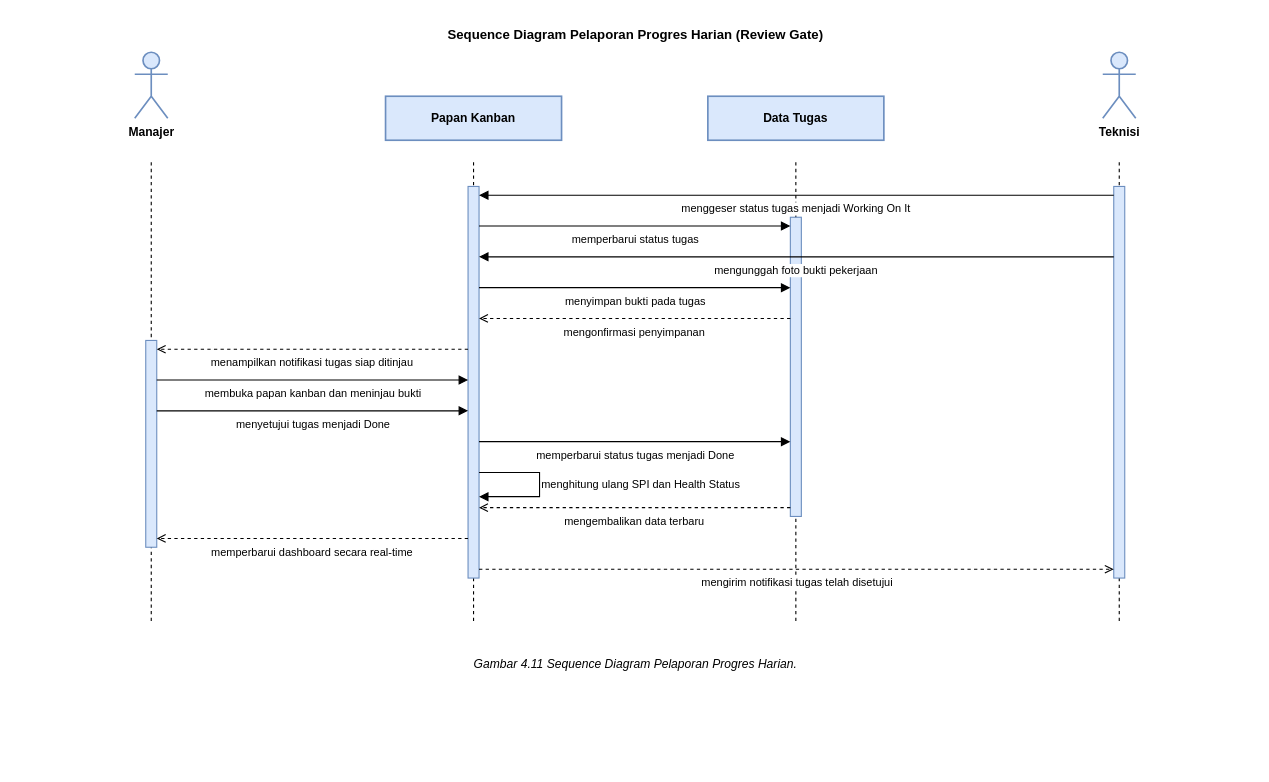
evelleura/shi-dashboard keeps this draw.io diagram as diagram/ai/Sequence/SD_REVIEW_GATE.drawio. Above is the earlier version. Source tidied: cells renumbered, new cells numbered last; positions are measured from the earlier drawing's top-left corner, leaving out a move shared by most shapes. Both pictures are drawn from the tidied source at 110%, with x=0, y=0 at pixel (19, 19).
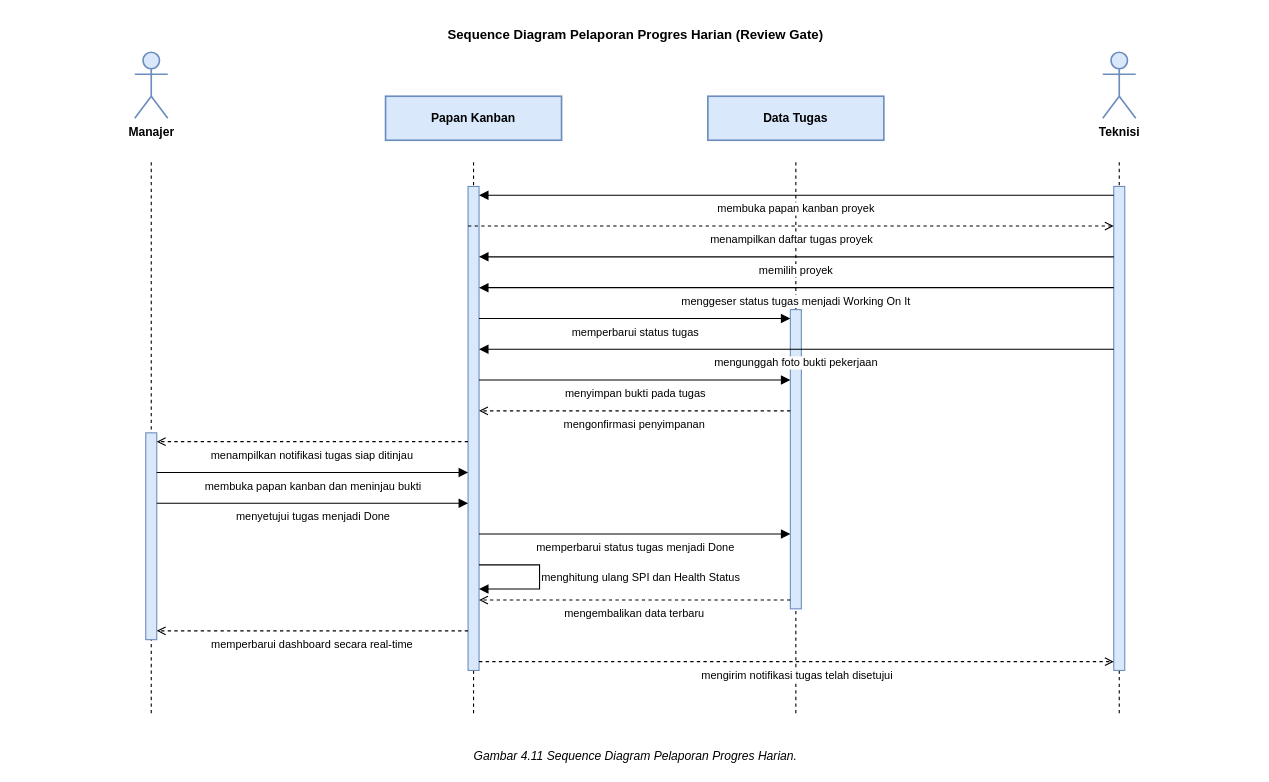
After the change.

Commit message (it also covers changes not shown here):
feat(diagram): add class diagrams and fix SD_REVIEW_GATE flow

- Add CD_SISTEM_FOKUS.drawio: focused 8-class diagram (User, Client,
  Project, ProjectAssignment, ProjectHealth, Task, TaskEvidence, Escalation)
  covering scope of activity & sequence diagrams; blue header, plain lines
- Add CD_SISTEM_LENGKAP.drawio: full 17-class system diagram with
  orthogonal edges, cardinality labels, black-and-white style
- Fix SD_REVIEW_GATE.drawio: add 3 missing flows before status change
  (membuka papan kanban → menampilkan daftar tugas → memilih proyek)

The edit, as a diff of the source:
```diff
@@
     <mxCell id="4" style="endArrow=none;html=1;rounded=0;dashed=1;strokeColor=#000000;strokeWidth=1;" parent="1" edge="1">
       <mxGeometry relative="1" as="geometry">
         <mxPoint x="120" y="130" as="sourcePoint" />
-        <mxPoint x="120" y="548" as="targetPoint" />
+        <mxPoint x="120" y="632" as="targetPoint" />
       </mxGeometry>
     </mxCell>
@@
     <mxCell id="6" style="endArrow=none;html=1;rounded=0;dashed=1;strokeColor=#000000;strokeWidth=1;" parent="1" edge="1">
       <mxGeometry relative="1" as="geometry">
         <mxPoint x="413" y="130" as="sourcePoint" />
-        <mxPoint x="413" y="548" as="targetPoint" />
+        <mxPoint x="413" y="632" as="targetPoint" />
       </mxGeometry>
     </mxCell>
@@
     <mxCell id="8" style="endArrow=none;html=1;rounded=0;dashed=1;strokeColor=#000000;strokeWidth=1;" parent="1" edge="1">
       <mxGeometry relative="1" as="geometry">
         <mxPoint x="706" y="130" as="sourcePoint" />
-        <mxPoint x="706" y="548" as="targetPoint" />
+        <mxPoint x="706" y="632" as="targetPoint" />
       </mxGeometry>
     </mxCell>
@@
     <mxCell id="10" style="endArrow=none;html=1;rounded=0;dashed=1;strokeColor=#000000;strokeWidth=1;" parent="1" edge="1">
       <mxGeometry relative="1" as="geometry">
         <mxPoint x="1000" y="130" as="sourcePoint" />
-        <mxPoint x="1000" y="548" as="targetPoint" />
+        <mxPoint x="1000" y="632" as="targetPoint" />
       </mxGeometry>
     </mxCell>
     <mxCell id="11" style="rounded=0;whiteSpace=wrap;html=1;fillColor=#DAE8FC;strokeColor=#6C8EBF;strokeWidth=1;" parent="1" vertex="1">
-      <mxGeometry x="995" y="152" width="10" height="356" as="geometry" />
+      <mxGeometry x="995" y="152" width="10" height="440" as="geometry" />
     </mxCell>
     <mxCell id="12" style="rounded=0;whiteSpace=wrap;html=1;fillColor=#DAE8FC;strokeColor=#6C8EBF;strokeWidth=1;" parent="1" vertex="1">
-      <mxGeometry x="408" y="152" width="10" height="356" as="geometry" />
+      <mxGeometry x="408" y="152" width="10" height="440" as="geometry" />
     </mxCell>
     <mxCell id="13" style="rounded=0;whiteSpace=wrap;html=1;fillColor=#DAE8FC;strokeColor=#6C8EBF;strokeWidth=1;" parent="1" vertex="1">
-      <mxGeometry x="701" y="180" width="10" height="272" as="geometry" />
+      <mxGeometry x="701" y="264" width="10" height="272" as="geometry" />
     </mxCell>
     <mxCell id="14" style="rounded=0;whiteSpace=wrap;html=1;fillColor=#DAE8FC;strokeColor=#6C8EBF;strokeWidth=1;" parent="1" vertex="1">
-      <mxGeometry x="115" y="292" width="10" height="188" as="geometry" />
+      <mxGeometry x="115" y="376" width="10" height="188" as="geometry" />
     </mxCell>
+    <mxCell id="29" value="membuka papan kanban proyek" style="endArrow=block;endFill=1;html=1;rounded=0;strokeColor=#000000;strokeWidth=1;fontSize=10;fontColor=#000000;align=center;verticalAlign=top;" parent="1" edge="1">
+      <mxGeometry relative="1" as="geometry">
+        <mxPoint x="995" y="160" as="sourcePoint" />
+        <mxPoint x="418" y="160" as="targetPoint" />
+      </mxGeometry>
+    </mxCell>
+    <mxCell id="30" value="menampilkan daftar tugas proyek" style="endArrow=open;endFill=0;html=1;rounded=0;dashed=1;strokeColor=#000000;strokeWidth=1;fontSize=10;fontColor=#000000;align=center;verticalAlign=top;" parent="1" edge="1">
+      <mxGeometry relative="1" as="geometry">
+        <mxPoint x="408" y="188" as="sourcePoint" />
+        <mxPoint x="995" y="188" as="targetPoint" />
+      </mxGeometry>
+    </mxCell>
+    <mxCell id="31" value="memilih proyek" style="endArrow=block;endFill=1;html=1;rounded=0;strokeColor=#000000;strokeWidth=1;fontSize=10;fontColor=#000000;align=center;verticalAlign=top;" parent="1" edge="1">
+      <mxGeometry relative="1" as="geometry">
+        <mxPoint x="995" y="216" as="sourcePoint" />
+        <mxPoint x="418" y="216" as="targetPoint" />
+      </mxGeometry>
+    </mxCell>
     <mxCell id="15" value="menggeser status tugas menjadi Working On It" style="endArrow=block;endFill=1;html=1;rounded=0;strokeColor=#000000;strokeWidth=1;fontSize=10;fontColor=#000000;align=center;verticalAlign=top;" parent="1" edge="1">
       <mxGeometry relative="1" as="geometry">
-        <mxPoint x="995" y="160" as="sourcePoint" />
-        <mxPoint x="418" y="160" as="targetPoint" />
+        <mxPoint x="995" y="244" as="sourcePoint" />
+        <mxPoint x="418" y="244" as="targetPoint" />
       </mxGeometry>
     </mxCell>
     <mxCell id="16" value="memperbarui status tugas" style="endArrow=block;endFill=1;html=1;rounded=0;strokeColor=#000000;strokeWidth=1;fontSize=10;fontColor=#000000;align=center;verticalAlign=top;" parent="1" edge="1">
       <mxGeometry relative="1" as="geometry">
-        <mxPoint x="418" y="188" as="sourcePoint" />
-        <mxPoint x="701" y="188" as="targetPoint" />
+        <mxPoint x="418" y="272" as="sourcePoint" />
+        <mxPoint x="701" y="272" as="targetPoint" />
       </mxGeometry>
     </mxCell>
     <mxCell id="17" value="mengunggah foto bukti pekerjaan" style="endArrow=block;endFill=1;html=1;rounded=0;strokeColor=#000000;strokeWidth=1;fontSize=10;fontColor=#000000;align=center;verticalAlign=top;" parent="1" edge="1">
       <mxGeometry relative="1" as="geometry">
-        <mxPoint x="995" y="216" as="sourcePoint" />
-        <mxPoint x="418" y="216" as="targetPoint" />
+        <mxPoint x="995" y="300" as="sourcePoint" />
+        <mxPoint x="418" y="300" as="targetPoint" />
       </mxGeometry>
     </mxCell>
     <mxCell id="18" value="menyimpan bukti pada tugas" style="endArrow=block;endFill=1;html=1;rounded=0;strokeColor=#000000;strokeWidth=1;fontSize=10;fontColor=#000000;align=center;verticalAlign=top;" parent="1" edge="1">
       <mxGeometry relative="1" as="geometry">
-        <mxPoint x="418" y="244" as="sourcePoint" />
-        <mxPoint x="701" y="244" as="targetPoint" />
+        <mxPoint x="418" y="328" as="sourcePoint" />
+        <mxPoint x="701" y="328" as="targetPoint" />
       </mxGeometry>
     </mxCell>
     <mxCell id="19" value="mengonfirmasi penyimpanan" style="endArrow=open;endFill=0;html=1;rounded=0;dashed=1;strokeColor=#000000;strokeWidth=1;fontSize=10;fontColor=#000000;align=center;verticalAlign=top;" parent="1" edge="1">
       <mxGeometry relative="1" as="geometry">
-        <mxPoint x="701" y="272" as="sourcePoint" />
-        <mxPoint x="418" y="272" as="targetPoint" />
+        <mxPoint x="701" y="356" as="sourcePoint" />
+        <mxPoint x="418" y="356" as="targetPoint" />
       </mxGeometry>
     </mxCell>
     <mxCell id="20" value="menampilkan notifikasi tugas siap ditinjau" style="endArrow=open;endFill=0;html=1;rounded=0;dashed=1;strokeColor=#000000;strokeWidth=1;fontSize=10;fontColor=#000000;align=center;verticalAlign=top;" parent="1" edge="1">
       <mxGeometry relative="1" as="geometry">
-        <mxPoint x="408" y="300" as="sourcePoint" />
-        <mxPoint x="125" y="300" as="targetPoint" />
+        <mxPoint x="408" y="384" as="sourcePoint" />
+        <mxPoint x="125" y="384" as="targetPoint" />
       </mxGeometry>
     </mxCell>
     <mxCell id="21" value="membuka papan kanban dan meninjau bukti" style="endArrow=block;endFill=1;html=1;rounded=0;strokeColor=#000000;strokeWidth=1;fontSize=10;fontColor=#000000;align=center;verticalAlign=top;" parent="1" edge="1">
       <mxGeometry relative="1" as="geometry">
-        <mxPoint x="125" y="328" as="sourcePoint" />
-        <mxPoint x="408" y="328" as="targetPoint" />
+        <mxPoint x="125" y="412" as="sourcePoint" />
+        <mxPoint x="408" y="412" as="targetPoint" />
       </mxGeometry>
     </mxCell>
     <mxCell id="22" value="menyetujui tugas menjadi Done" style="endArrow=block;endFill=1;html=1;rounded=0;strokeColor=#000000;strokeWidth=1;fontSize=10;fontColor=#000000;align=center;verticalAlign=top;" parent="1" edge="1">
       <mxGeometry relative="1" as="geometry">
-        <mxPoint x="125" y="356" as="sourcePoint" />
-        <mxPoint x="408" y="356" as="targetPoint" />
+        <mxPoint x="125" y="440" as="sourcePoint" />
+        <mxPoint x="408" y="440" as="targetPoint" />
       </mxGeometry>
     </mxCell>
     <mxCell id="23" value="memperbarui status tugas menjadi Done" style="endArrow=block;endFill=1;html=1;rounded=0;strokeColor=#000000;strokeWidth=1;fontSize=10;fontColor=#000000;align=center;verticalAlign=top;" parent="1" edge="1">
       <mxGeometry relative="1" as="geometry">
-        <mxPoint x="418" y="384" as="sourcePoint" />
-        <mxPoint x="701" y="384" as="targetPoint" />
+        <mxPoint x="418" y="468" as="sourcePoint" />
+        <mxPoint x="701" y="468" as="targetPoint" />
       </mxGeometry>
     </mxCell>
     <mxCell id="24" value="menghitung ulang SPI dan Health Status" style="endArrow=block;endFill=1;html=1;rounded=0;strokeColor=#000000;strokeWidth=1;fontSize=10;fontColor=#000000;align=left;verticalAlign=middle;" parent="1" edge="1">
       <mxGeometry relative="1" as="geometry">
-        <mxPoint x="418" y="412" as="sourcePoint" />
-        <mxPoint x="418" y="434" as="targetPoint" />
+        <mxPoint x="418" y="496" as="sourcePoint" />
+        <mxPoint x="418" y="518" as="targetPoint" />
         <Array as="points">
-          <mxPoint x="473" y="412" />
-          <mxPoint x="473" y="434" />
+          <mxPoint x="473" y="496" />
+          <mxPoint x="473" y="518" />
         </Array>
       </mxGeometry>
     </mxCell>
     <mxCell id="25" value="mengembalikan data terbaru" style="endArrow=open;endFill=0;html=1;rounded=0;dashed=1;strokeColor=#000000;strokeWidth=1;fontSize=10;fontColor=#000000;align=center;verticalAlign=top;" parent="1" edge="1">
       <mxGeometry relative="1" as="geometry">
-        <mxPoint x="701" y="444" as="sourcePoint" />
-        <mxPoint x="418" y="444" as="targetPoint" />
+        <mxPoint x="701" y="528" as="sourcePoint" />
+        <mxPoint x="418" y="528" as="targetPoint" />
       </mxGeometry>
     </mxCell>
     <mxCell id="26" value="memperbarui dashboard secara real-time" style="endArrow=open;endFill=0;html=1;rounded=0;dashed=1;strokeColor=#000000;strokeWidth=1;fontSize=10;fontColor=#000000;align=center;verticalAlign=top;" parent="1" edge="1">
       <mxGeometry relative="1" as="geometry">
-        <mxPoint x="408" y="472" as="sourcePoint" />
-        <mxPoint x="125" y="472" as="targetPoint" />
+        <mxPoint x="408" y="556" as="sourcePoint" />
+        <mxPoint x="125" y="556" as="targetPoint" />
       </mxGeometry>
     </mxCell>
     <mxCell id="27" value="mengirim notifikasi tugas telah disetujui" style="endArrow=open;endFill=0;html=1;rounded=0;dashed=1;strokeColor=#000000;strokeWidth=1;fontSize=10;fontColor=#000000;align=center;verticalAlign=top;" parent="1" edge="1">
       <mxGeometry relative="1" as="geometry">
-        <mxPoint x="418" y="500" as="sourcePoint" />
-        <mxPoint x="995" y="500" as="targetPoint" />
+        <mxPoint x="418" y="584" as="sourcePoint" />
+        <mxPoint x="995" y="584" as="targetPoint" />
       </mxGeometry>
     </mxCell>
     <mxCell id="28" value="Gambar 4.11 Sequence Diagram Pelaporan Progres Harian." style="text;html=1;align=center;fontSize=11;fontStyle=2;fontColor=#000000;" parent="1" vertex="1">
-      <mxGeometry y="573" width="1120" height="20" as="geometry" />
+      <mxGeometry y="657" width="1120" height="20" as="geometry" />
     </mxCell>
```
